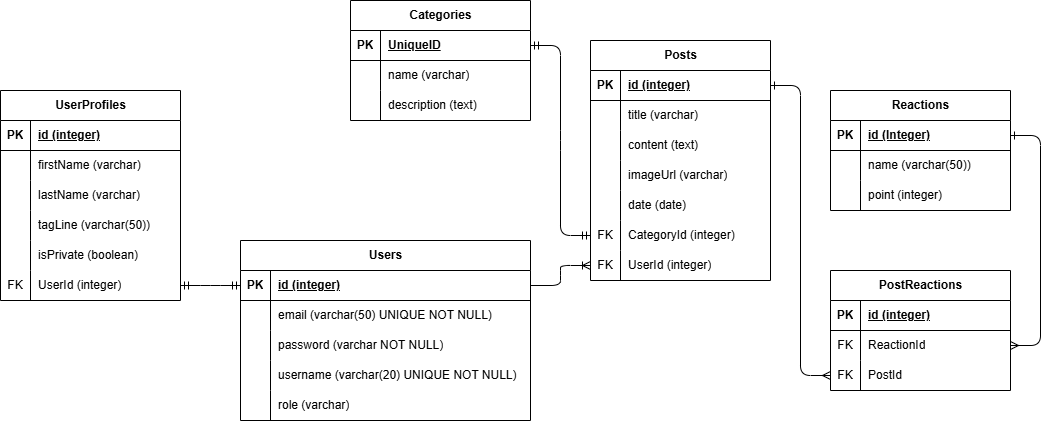
Above: erd.drawio.png in HozFisen/p1-hozclover-pp1-socialmedia (draw.io), before the change. Source tidied: cells renumbered, new cells last; positions are measured from the earlier drawing's top-left corner, leaving out a move shared by most shapes.
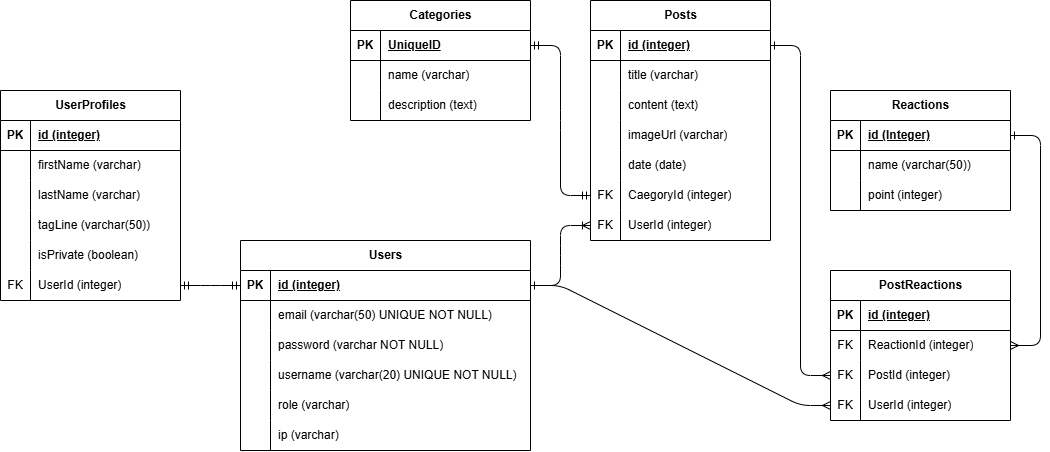
After the commit.

Change to the diagram source:
```diff
@@ -3,7 +3,7 @@
     <mxCell id="0" />
     <mxCell id="1" parent="0" />
     <mxCell id="2" value="Users" style="shape=table;startSize=30;rowLines=0;fontStyle=1;align=center;html=1;" parent="1" vertex="1">
-      <mxGeometry x="240" y="240" width="290" height="180" as="geometry" />
+      <mxGeometry x="240" y="240" width="290" height="210" as="geometry" />
     </mxCell>
     <mxCell id="3" style="shape=tableRow;horizontal=0;startSize=0;swimlaneHead=0;swimlaneBody=0;fillColor=none;points=[[0,0.5],[1,0.5]];portConstraint=eastwest;top=0;left=0;right=0;bottom=1;" parent="2" vertex="1">
       <mxGeometry y="30" width="290" height="30" as="geometry" />
@@ -50,8 +50,17 @@
     <mxCell id="17" value="role (varchar)" style="shape=partialRectangle;fillColor=none;top=0;left=0;bottom=0;right=0;align=left;spacingLeft=6;overflow=hidden;whiteSpace=wrap;html=1;" parent="15" vertex="1">
       <mxGeometry x="30" width="260" height="30" as="geometry" />
     </mxCell>
+    <mxCell id="94" style="shape=tableRow;horizontal=0;startSize=0;swimlaneHead=0;swimlaneBody=0;fillColor=none;top=0;left=0;right=0;bottom=0;" parent="2" vertex="1">
+      <mxGeometry y="180" width="290" height="30" as="geometry" />
+    </mxCell>
+    <mxCell id="95" style="shape=partialRectangle;fillColor=none;top=0;left=0;bottom=0;right=0;overflow=hidden;whiteSpace=wrap;html=1;" parent="94" vertex="1">
+      <mxGeometry width="30" height="30" as="geometry" />
+    </mxCell>
+    <mxCell id="96" value="ip (varchar)" style="shape=partialRectangle;fillColor=none;top=0;left=0;bottom=0;right=0;align=left;spacingLeft=6;overflow=hidden;whiteSpace=wrap;html=1;" parent="94" vertex="1">
+      <mxGeometry x="30" width="260" height="30" as="geometry" />
+    </mxCell>
     <mxCell id="18" value="Posts" style="shape=table;startSize=30;rowLines=0;fontStyle=1;align=center;html=1;" parent="1" vertex="1">
-      <mxGeometry x="590" y="40" width="180" height="240" as="geometry" />
+      <mxGeometry x="590" width="180" height="240" as="geometry" />
     </mxCell>
     <mxCell id="19" style="shape=tableRow;horizontal=0;startSize=0;swimlaneHead=0;swimlaneBody=0;fillColor=none;points=[[0,0.5],[1,0.5]];portConstraint=eastwest;top=0;left=0;right=0;bottom=1;" parent="18" vertex="1">
       <mxGeometry y="30" width="180" height="30" as="geometry" />
@@ -98,24 +107,24 @@
     <mxCell id="33" value="date (date)" style="shape=partialRectangle;fillColor=none;top=0;left=0;bottom=0;right=0;align=left;spacingLeft=6;overflow=hidden;whiteSpace=wrap;html=1;" parent="31" vertex="1">
       <mxGeometry x="30" width="150" height="30" as="geometry" />
     </mxCell>
-    <mxCell id="34" style="shape=tableRow;horizontal=0;startSize=0;swimlaneHead=0;swimlaneBody=0;fillColor=none;points=[[0,0.5],[1,0.5]];portConstraint=eastwest;top=0;left=0;right=0;bottom=0;" parent="18" vertex="1">
-      <mxGeometry y="180" width="180" height="30" as="geometry" />
-    </mxCell>
-    <mxCell id="35" value="FK" style="shape=partialRectangle;fillColor=none;top=0;left=0;bottom=0;right=0;overflow=hidden;whiteSpace=wrap;html=1;" parent="34" vertex="1">
-      <mxGeometry width="30" height="30" as="geometry" />
-    </mxCell>
-    <mxCell id="36" value="CategoryId (integer)" style="shape=partialRectangle;fillColor=none;top=0;left=0;bottom=0;right=0;align=left;spacingLeft=6;overflow=hidden;whiteSpace=wrap;html=1;" parent="34" vertex="1">
-      <mxGeometry x="30" width="150" height="30" as="geometry" />
-    </mxCell>
     <mxCell id="37" style="shape=tableRow;horizontal=0;startSize=0;swimlaneHead=0;swimlaneBody=0;fillColor=none;points=[[0,0.5],[1,0.5]];portConstraint=eastwest;top=0;left=0;right=0;bottom=0;" parent="18" vertex="1">
-      <mxGeometry y="210" width="180" height="30" as="geometry" />
+      <mxGeometry y="180" width="180" height="30" as="geometry" />
     </mxCell>
     <mxCell id="38" value="FK" style="shape=partialRectangle;fillColor=none;top=0;left=0;bottom=0;right=0;overflow=hidden;whiteSpace=wrap;html=1;" parent="37" vertex="1">
       <mxGeometry width="30" height="30" as="geometry" />
     </mxCell>
-    <mxCell id="39" value="UserId (integer)" style="shape=partialRectangle;fillColor=none;top=0;left=0;bottom=0;right=0;align=left;spacingLeft=6;overflow=hidden;whiteSpace=wrap;html=1;" parent="37" vertex="1">
+    <mxCell id="39" value="CaegoryId (integer)" style="shape=partialRectangle;fillColor=none;top=0;left=0;bottom=0;right=0;align=left;spacingLeft=6;overflow=hidden;whiteSpace=wrap;html=1;" parent="37" vertex="1">
       <mxGeometry x="30" width="150" height="30" as="geometry" />
     </mxCell>
+    <mxCell id="97" style="shape=tableRow;horizontal=0;startSize=0;swimlaneHead=0;swimlaneBody=0;fillColor=none;points=[[0,0.5],[1,0.5]];portConstraint=eastwest;top=0;left=0;right=0;bottom=0;" parent="18" vertex="1">
+      <mxGeometry y="210" width="180" height="30" as="geometry" />
+    </mxCell>
+    <mxCell id="98" value="FK" style="shape=partialRectangle;fillColor=none;top=0;left=0;bottom=0;right=0;overflow=hidden;whiteSpace=wrap;html=1;" parent="97" vertex="1">
+      <mxGeometry width="30" height="30" as="geometry" />
+    </mxCell>
+    <mxCell id="99" value="UserId (integer)" style="shape=partialRectangle;fillColor=none;top=0;left=0;bottom=0;right=0;align=left;spacingLeft=6;overflow=hidden;whiteSpace=wrap;html=1;" parent="97" vertex="1">
+      <mxGeometry x="30" width="150" height="30" as="geometry" />
+    </mxCell>
     <mxCell id="40" value="Reactions" style="shape=table;startSize=30;rowLines=0;fontStyle=1;align=center;html=1;" parent="1" vertex="1">
       <mxGeometry x="830" y="90" width="180" height="120" as="geometry" />
     </mxCell>
@@ -204,7 +213,7 @@
       <mxGeometry x="30" width="150" height="30" as="geometry" />
     </mxCell>
     <mxCell id="69" value="PostReactions" style="shape=table;startSize=30;rowLines=0;fontStyle=1;align=center;html=1;" parent="1" vertex="1">
-      <mxGeometry x="830" y="270" width="180" height="120" as="geometry" />
+      <mxGeometry x="830" y="270" width="180" height="150" as="geometry" />
     </mxCell>
     <mxCell id="70" style="shape=tableRow;horizontal=0;startSize=0;swimlaneHead=0;swimlaneBody=0;fillColor=none;top=0;left=0;right=0;bottom=1;" parent="69" vertex="1">
       <mxGeometry y="30" width="180" height="30" as="geometry" />
@@ -221,7 +230,7 @@
     <mxCell id="74" value="FK" style="shape=partialRectangle;fillColor=none;top=0;left=0;bottom=0;right=0;overflow=hidden;whiteSpace=wrap;html=1;" parent="73" vertex="1">
       <mxGeometry width="30" height="30" as="geometry" />
     </mxCell>
-    <mxCell id="75" value="ReactionId" style="shape=partialRectangle;fillColor=none;top=0;left=0;bottom=0;right=0;align=left;spacingLeft=6;overflow=hidden;whiteSpace=wrap;html=1;" parent="73" vertex="1">
+    <mxCell id="75" value="ReactionId (integer)" style="shape=partialRectangle;fillColor=none;top=0;left=0;bottom=0;right=0;align=left;spacingLeft=6;overflow=hidden;whiteSpace=wrap;html=1;" parent="73" vertex="1">
       <mxGeometry x="30" width="150" height="30" as="geometry" />
     </mxCell>
     <mxCell id="76" style="shape=tableRow;horizontal=0;startSize=0;swimlaneHead=0;swimlaneBody=0;fillColor=none;points=[[0,0.5],[1,0.5]];portConstraint=eastwest;top=0;left=0;right=0;bottom=0;" parent="69" vertex="1">
@@ -230,9 +239,18 @@
     <mxCell id="77" value="FK" style="shape=partialRectangle;fillColor=none;top=0;left=0;bottom=0;right=0;overflow=hidden;whiteSpace=wrap;html=1;" parent="76" vertex="1">
       <mxGeometry width="30" height="30" as="geometry" />
     </mxCell>
-    <mxCell id="78" value="PostId" style="shape=partialRectangle;fillColor=none;top=0;left=0;bottom=0;right=0;align=left;spacingLeft=6;overflow=hidden;whiteSpace=wrap;html=1;" parent="76" vertex="1">
+    <mxCell id="78" value="PostId (integer)" style="shape=partialRectangle;fillColor=none;top=0;left=0;bottom=0;right=0;align=left;spacingLeft=6;overflow=hidden;whiteSpace=wrap;html=1;" parent="76" vertex="1">
       <mxGeometry x="30" width="150" height="30" as="geometry" />
     </mxCell>
+    <mxCell id="100" style="shape=tableRow;horizontal=0;startSize=0;swimlaneHead=0;swimlaneBody=0;fillColor=none;points=[[0,0.5],[1,0.5]];portConstraint=eastwest;top=0;left=0;right=0;bottom=0;" parent="69" vertex="1">
+      <mxGeometry y="120" width="180" height="30" as="geometry" />
+    </mxCell>
+    <mxCell id="101" value="FK" style="shape=partialRectangle;fillColor=none;top=0;left=0;bottom=0;right=0;overflow=hidden;whiteSpace=wrap;html=1;" parent="100" vertex="1">
+      <mxGeometry width="30" height="30" as="geometry" />
+    </mxCell>
+    <mxCell id="102" value="UserId (integer)" style="shape=partialRectangle;fillColor=none;top=0;left=0;bottom=0;right=0;align=left;spacingLeft=6;overflow=hidden;whiteSpace=wrap;html=1;" parent="100" vertex="1">
+      <mxGeometry x="30" width="150" height="30" as="geometry" />
+    </mxCell>
     <mxCell id="79" style="edgeStyle=entityRelationEdgeStyle;fontSize=12;html=1;endArrow=ERone;entryX=1;entryY=0.5;entryDx=0;entryDy=0;exitX=1;exitY=0.5;exitDx=0;exitDy=0;startArrow=ERmany;startFill=0;endFill=0;" parent="1" edge="1" source="73" target="41">
       <mxGeometry relative="1" as="geometry" />
     </mxCell>
@@ -247,7 +265,7 @@
         </Array>
       </mxGeometry>
     </mxCell>
-    <mxCell id="82" style="edgeStyle=entityRelationEdgeStyle;fontSize=12;html=1;endArrow=ERoneToMany;entryX=0;entryY=0.5;entryDx=0;entryDy=0;exitX=1;exitY=0.5;exitDx=0;exitDy=0;" parent="1" edge="1" source="3" target="37">
+    <mxCell id="82" style="edgeStyle=entityRelationEdgeStyle;fontSize=12;html=1;endArrow=ERoneToMany;entryX=0;entryY=0.5;entryDx=0;entryDy=0;exitX=1;exitY=0.5;exitDx=0;exitDy=0;" parent="1" edge="1" source="3" target="97">
       <mxGeometry relative="1" as="geometry" />
     </mxCell>
     <mxCell id="83" value="Categories" style="shape=table;startSize=30;rowLines=0;fontStyle=1;align=center;html=1;" parent="1" vertex="1">
@@ -280,8 +298,11 @@
     <mxCell id="92" value="description (text)" style="shape=partialRectangle;fillColor=none;top=0;left=0;bottom=0;right=0;align=left;spacingLeft=6;overflow=hidden;whiteSpace=wrap;html=1;" parent="90" vertex="1">
       <mxGeometry x="30" width="150" height="30" as="geometry" />
     </mxCell>
-    <mxCell id="93" style="edgeStyle=entityRelationEdgeStyle;fontSize=12;html=1;endArrow=ERmandOne;exitX=1;exitY=0.5;exitDx=0;exitDy=0;entryX=0;entryY=0.5;entryDx=0;entryDy=0;endFill=0;startArrow=ERmandOne;startFill=0;" parent="1" edge="1" source="84" target="34">
+    <mxCell id="93" style="edgeStyle=entityRelationEdgeStyle;fontSize=12;html=1;endArrow=ERmandOne;exitX=1;exitY=0.5;exitDx=0;exitDy=0;entryX=0;entryY=0.5;entryDx=0;entryDy=0;endFill=0;startArrow=ERmandOne;startFill=0;" parent="1" edge="1" source="84" target="37">
       <mxGeometry relative="1" as="geometry" />
     </mxCell>
+    <mxCell id="103" style="edgeStyle=entityRelationEdgeStyle;fontSize=12;html=1;endArrow=ERone;entryX=1;entryY=0.5;entryDx=0;entryDy=0;exitX=0;exitY=0.5;exitDx=0;exitDy=0;endFill=0;startArrow=ERmany;startFill=0;" parent="1" edge="1" source="100" target="3">
+      <mxGeometry relative="1" as="geometry" />
+    </mxCell>
   </root>
 </mxGraphModel>
```
